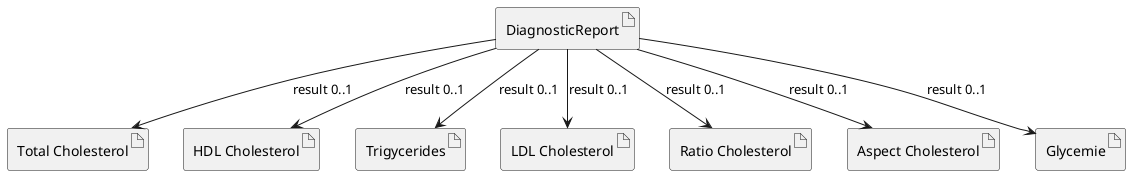
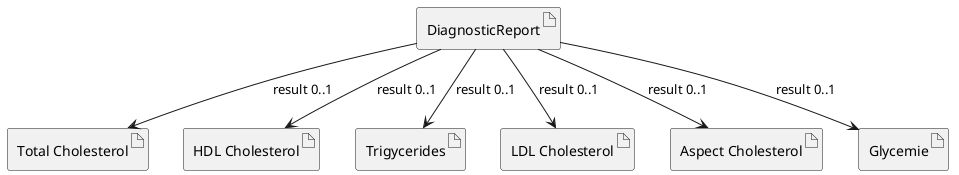

@startuml


artifact "DiagnosticReport" as dr
artifact "Total Cholesterol" as ct
artifact "HDL Cholesterol" as chdl
artifact "Trigycerides" as trigly
artifact "LDL Cholesterol" as cldl

- artifact "Ratio Cholesterol" as cr
artifact "Aspect Cholesterol" as ca
artifact "Glycemie" as gly

url of dr is  [[StructureDefinition-mesures-diagnostic-report.html]]
url of ct is  [[StructureDefinition-mesures-observation-cholesterol-total.html]]
url of chdl is  [[StructureDefinition-mesures-observation-cholesterol-hdl.html]]
url of trigly [[StructureDefinition-mesures-observation-cholesterol-trigly.html]]
url of cldl [[StructureDefinition-mesures-observation-cholesterol-total.html]]

- url of cr [[StructureDefinition-mesures-observation-cholesterol-ratio.html]]
url of ca [[StructureDefinition-mesures-observation-cholesterol-aspect.html]]
url of gly [[StructureDefinition-mesures-observation-glucose.html]]

dr --> ct : result 0..1
dr --> chdl : result 0..1
dr --> trigly : result 0..1
dr --> cldl : result 0..1

- dr --> cr : result 0..1
dr --> ca : result 0..1
dr --> gly : result 0..1


@enduml
